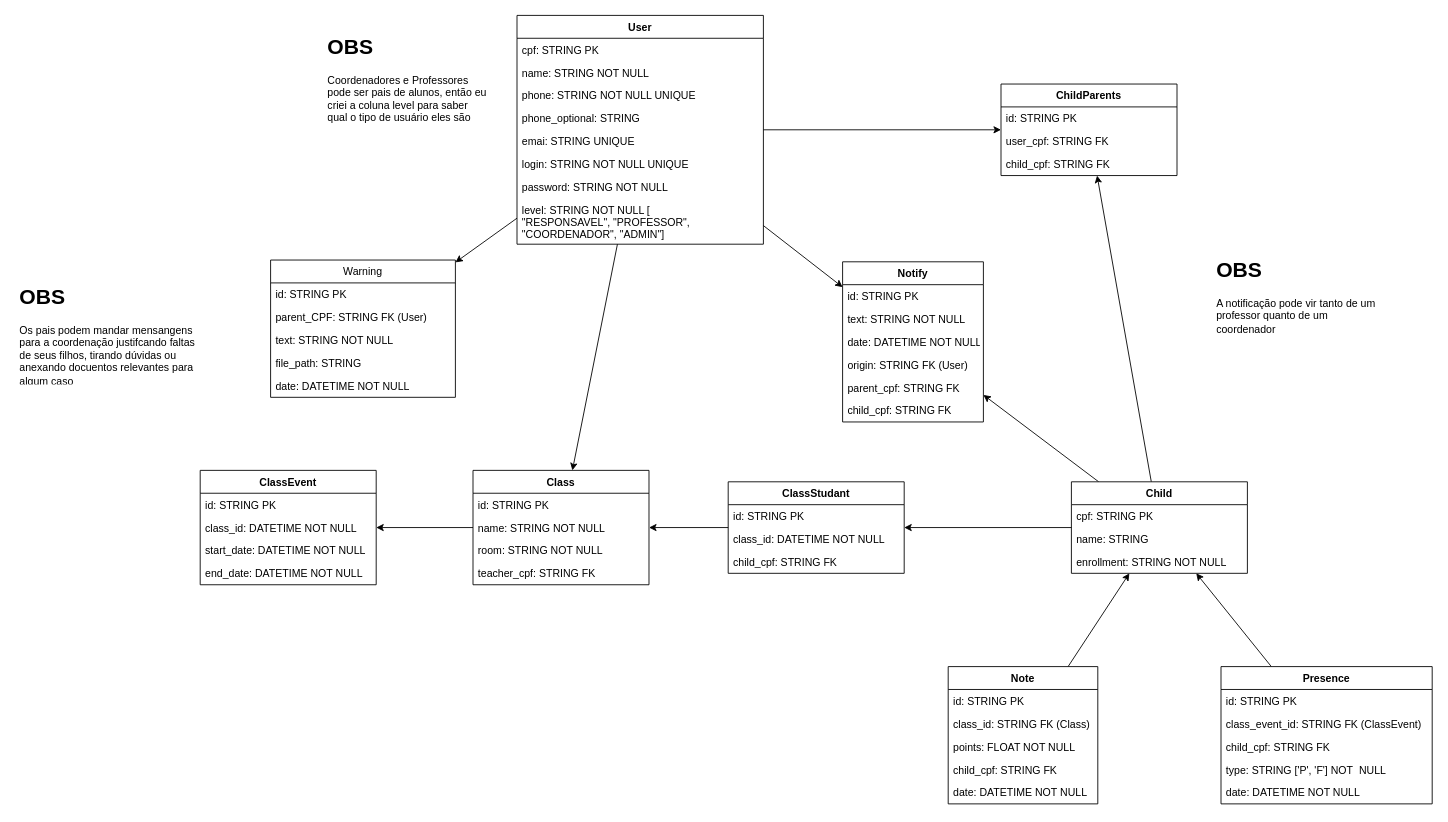
Earlier version of the draw.io diagram docs/diagrams/der.drawio (mauriciobenjamin700/SMEIF). Source tidied: cells renumbered, new cells numbered last; positions are measured from the earlier drawing's top-left corner, leaving out a move shared by most shapes. Both pictures are drawn from the tidied source at 88%, with x=0, y=0 at pixel (15, 15).
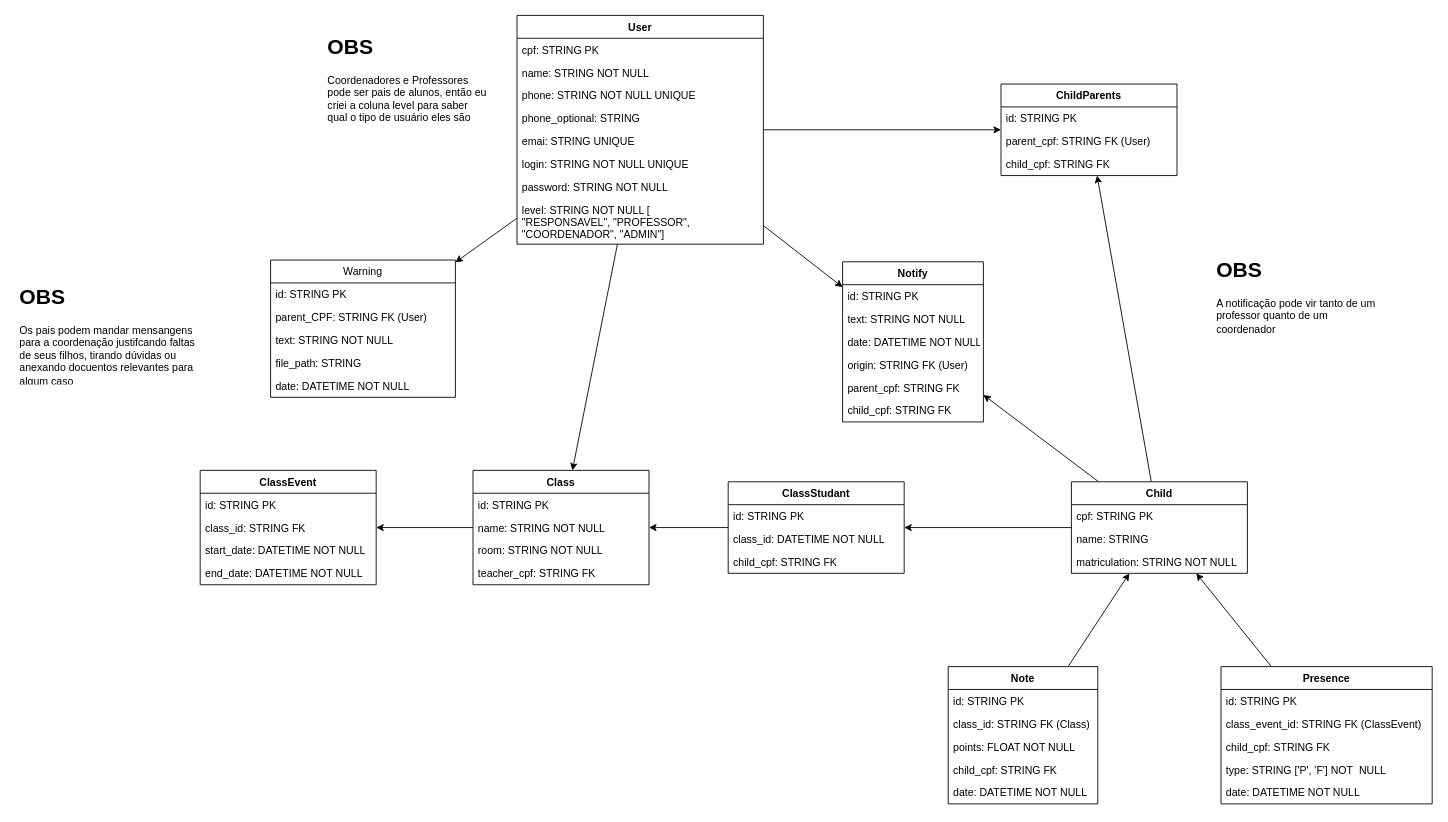
Above is the later version.

The change refers to these unchanged cells:
```xml
<mxCell id="17" value="Child" style="swimlane;fontStyle=1;align=center;verticalAlign=top;horizontal=1;startSize=26;" parent="1" vertex="1">
  <mxGeometry x="1200" y="530" width="200" height="104" as="geometry" />
</mxCell>
<mxCell id="49" value="ChildParents" style="swimlane;fontStyle=1;align=center;verticalAlign=top;horizontal=1;startSize=26;" parent="1" vertex="1">
  <mxGeometry x="1120" y="78" width="200" height="104" as="geometry" />
</mxCell>
<mxCell id="55" value="ClassEvent" style="swimlane;fontStyle=1;align=center;verticalAlign=top;horizontal=1;startSize=26;" parent="1" vertex="1">
  <mxGeometry x="210" y="517" width="200" height="130" as="geometry" />
</mxCell>
```

Diff of the diagram source:
```diff
@@
-    <mxCell id="20" value="enrollment: STRING NOT NULL" style="text;strokeColor=none;fillColor=none;align=left;verticalAlign=top;spacingLeft=4;spacingRight=4;overflow=hidden;" parent="17" vertex="1">
+    <mxCell id="20" value="matriculation: STRING NOT NULL" style="text;strokeColor=none;fillColor=none;align=left;verticalAlign=top;spacingLeft=4;spacingRight=4;overflow=hidden;" parent="17" vertex="1">
       <mxGeometry y="78" width="200" height="26" as="geometry" />
     </mxCell>
@@
-    <mxCell id="51" value="user_cpf: STRING FK " style="text;strokeColor=none;fillColor=none;align=left;verticalAlign=top;spacingLeft=4;spacingRight=4;overflow=hidden;" parent="49" vertex="1">
+    <mxCell id="51" value="parent_cpf: STRING FK (User)" style="text;strokeColor=none;fillColor=none;align=left;verticalAlign=top;spacingLeft=4;spacingRight=4;overflow=hidden;" parent="49" vertex="1">
       <mxGeometry y="52" width="200" height="26" as="geometry" />
     </mxCell>
@@
-    <mxCell id="57" value="class_id: DATETIME NOT NULL" style="text;strokeColor=none;fillColor=none;align=left;verticalAlign=top;spacingLeft=4;spacingRight=4;overflow=hidden;" parent="55" vertex="1">
+    <mxCell id="57" value="class_id: STRING FK" style="text;strokeColor=none;fillColor=none;align=left;verticalAlign=top;spacingLeft=4;spacingRight=4;overflow=hidden;" parent="55" vertex="1">
       <mxGeometry y="52" width="200" height="26" as="geometry" />
     </mxCell>
```
